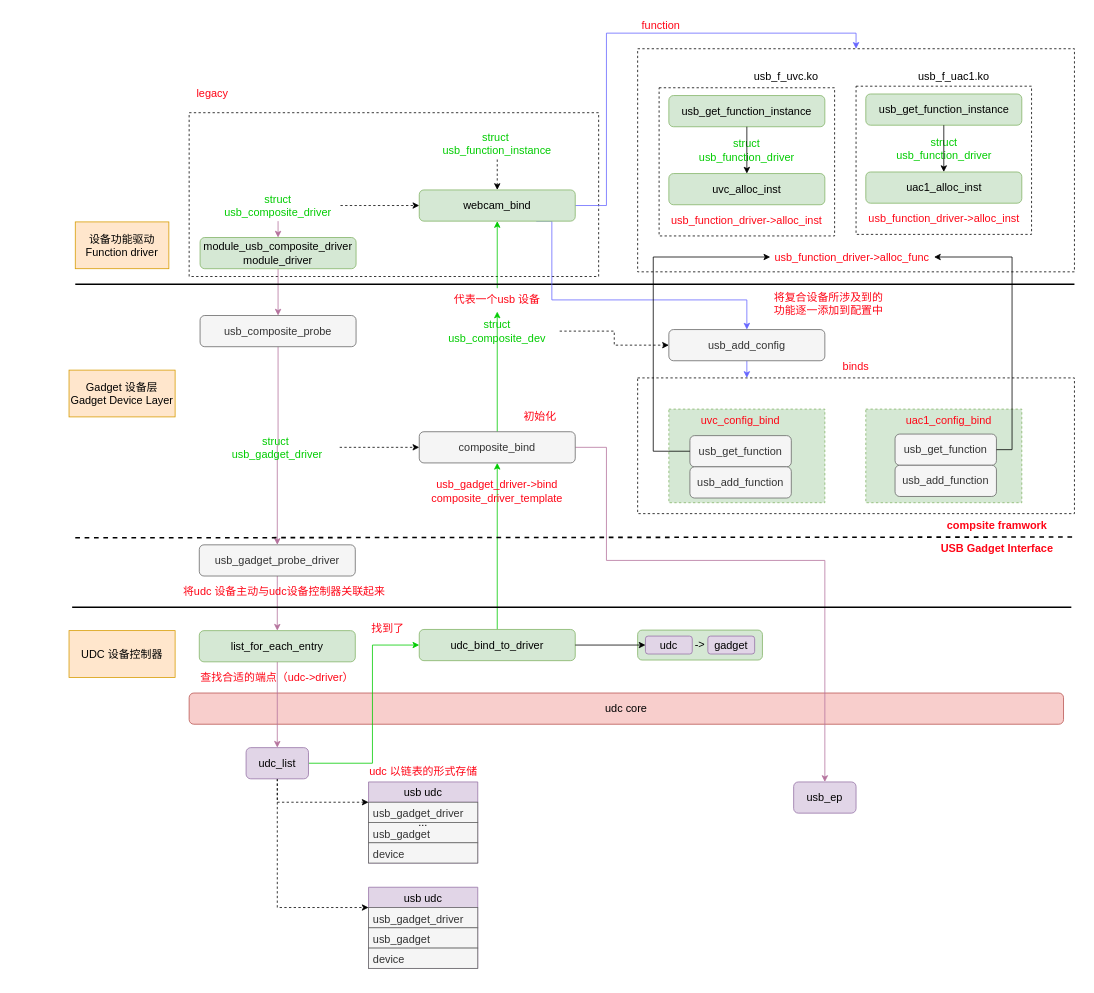
Above: USB gadget 驱动框架2.drawio in Vinson-001/Blog-flow-chart (draw.io), before the change. Source tidied: cells renumbered, new cells numbered last; positions are measured from the earlier drawing's top-left corner, leaving out a move shared by most shapes. Both pictures are drawn from the tidied source at 78%, with x=0, y=0 at pixel (69, 13).
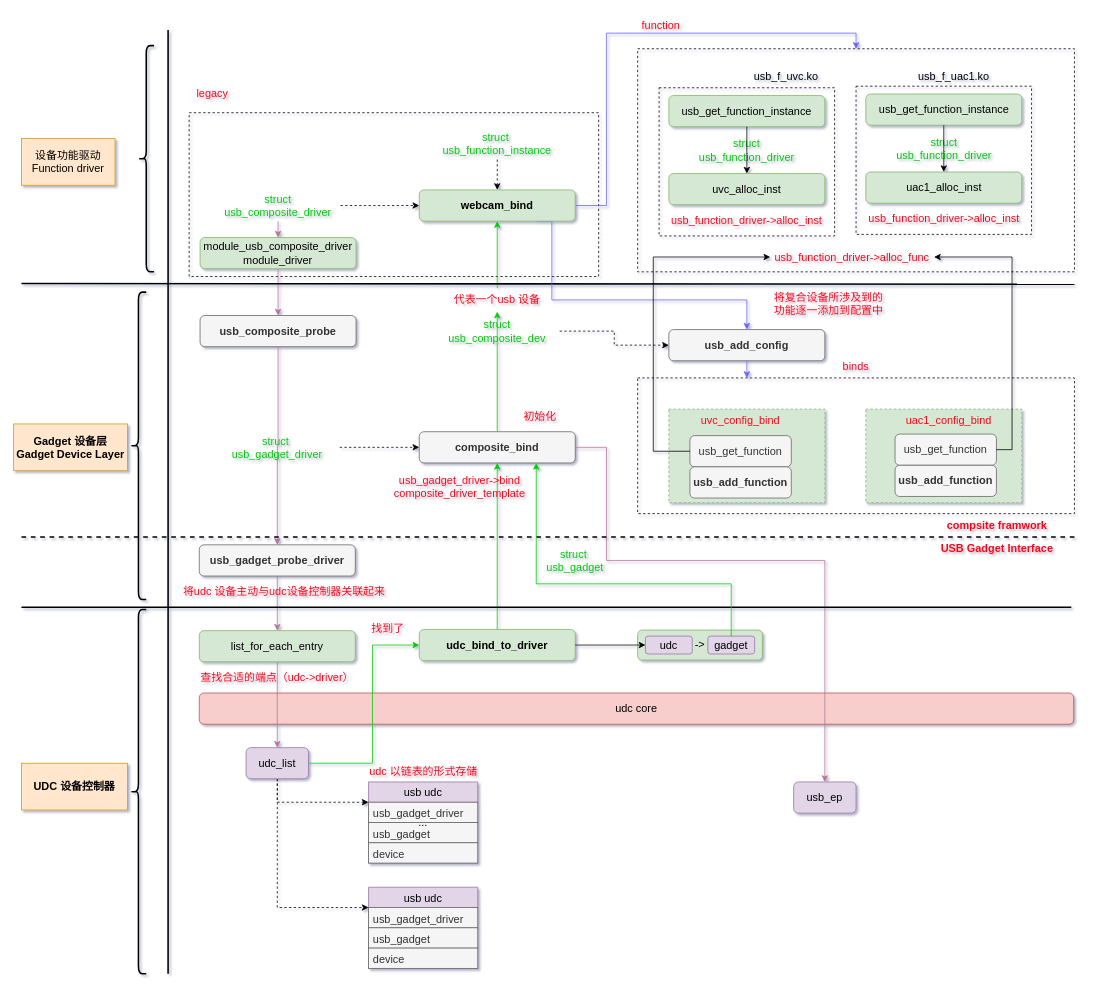
After the change.

Commit message (it also covers changes not shown here):
更新USB gadget 驱动框架2.drawio

The change refers to these unchanged cells:
```xml
<mxCell id="42" value="&lt;font&gt;&lt;span style=&quot;font-size: 14px&quot;&gt;gadget&lt;/span&gt;&lt;br&gt;&lt;/font&gt;" style="rounded=1;whiteSpace=wrap;html=1;fillColor=#e1d5e7;strokeColor=#9673a6;" parent="39" vertex="1">
  <mxGeometry x="80" width="60" height="23" as="geometry" />
</mxCell>
<mxCell id="86" style="group;" parent="84" vertex="1">
  <mxGeometry x="27" y="34" width="130" height="80" as="geometry" />
</mxCell>
<mxCell id="92" style="group;" parent="90" vertex="1">
  <mxGeometry x="37.5" y="32" width="130" height="80" as="geometry" />
</mxCell>
```

What changed in the source:
```diff
@@
-<mxGraphModel>
+<mxGraphModel shadow="1">
@@
     <mxCell id="6" value="&lt;font color=&quot;#ff0516&quot;&gt;usb_gadget_driver-&amp;gt;bind&lt;br&gt;composite_driver_template&lt;br&gt;&lt;/font&gt;" style="text;html=1;strokeColor=none;fillColor=none;align=center;verticalAlign=middle;whiteSpace=wrap;rounded=0;fontSize=14;" parent="1" vertex="1">
-      <mxGeometry x="464" y="597" width="170" height="30" as="geometry" />
+      <mxGeometry x="416" y="591" width="170" height="30" as="geometry" />
     </mxCell>
     <mxCell id="7" value="&lt;font&gt;&lt;span style=&quot;font-size: 14px&quot;&gt;udc core&lt;/span&gt;&lt;br&gt;&lt;/font&gt;" style="rounded=1;whiteSpace=wrap;html=1;fillColor=#f8cecc;strokeColor=#b85450;" parent="1" vertex="1">
-      <mxGeometry x="154" y="871" width="1121" height="40" as="geometry" />
+      <mxGeometry x="167" y="871" width="1121" height="40" as="geometry" />
     </mxCell>
@@
-    <mxCell id="14" value="&lt;font&gt;&lt;span style=&quot;font-size: 14px&quot;&gt;usb_composite_probe&lt;/span&gt;&lt;br&gt;&lt;/font&gt;" style="rounded=1;whiteSpace=wrap;html=1;fillColor=#f5f5f5;strokeColor=#666666;fontColor=#333333;" parent="1" vertex="1">
+    <mxCell id="14" value="&lt;font&gt;&lt;span style=&quot;font-size: 14px&quot;&gt;&lt;b&gt;usb_composite_probe&lt;/b&gt;&lt;/span&gt;&lt;br&gt;&lt;/font&gt;" style="rounded=1;whiteSpace=wrap;html=1;fillColor=#f5f5f5;strokeColor=#666666;fontColor=#333333;" parent="1" vertex="1">
       <mxGeometry x="168" y="387" width="200" height="40" as="geometry" />
     </mxCell>
@@
-    <mxCell id="18" value="&lt;font&gt;&lt;span style=&quot;font-size: 14px&quot;&gt;usb_gadget_probe_driver&lt;/span&gt;&lt;br&gt;&lt;/font&gt;" style="rounded=1;whiteSpace=wrap;html=1;fillColor=#f5f5f5;strokeColor=#666666;fontColor=#333333;" parent="1" vertex="1">
+    <mxCell id="18" value="&lt;font&gt;&lt;span style=&quot;font-size: 14px&quot;&gt;&lt;b&gt;usb_gadget_probe_driver&lt;/b&gt;&lt;/span&gt;&lt;br&gt;&lt;/font&gt;" style="rounded=1;whiteSpace=wrap;html=1;fillColor=#f5f5f5;strokeColor=#666666;fontColor=#333333;" parent="1" vertex="1">
       <mxGeometry x="167" y="681" width="200" height="40" as="geometry" />
     </mxCell>
@@
-    <mxCell id="26" value="&lt;font&gt;&lt;span style=&quot;font-size: 14px&quot;&gt;udc_bind_to_driver&lt;/span&gt;&lt;br&gt;&lt;/font&gt;" style="rounded=1;whiteSpace=wrap;html=1;fillColor=#d5e8d4;strokeColor=#82b366;" parent="1" vertex="1">
+    <mxCell id="26" value="&lt;font&gt;&lt;span style=&quot;font-size: 14px&quot;&gt;&lt;b&gt;udc_bind_to_driver&lt;/b&gt;&lt;/span&gt;&lt;br&gt;&lt;/font&gt;" style="rounded=1;whiteSpace=wrap;html=1;fillColor=#d5e8d4;strokeColor=#82b366;" parent="1" vertex="1">
       <mxGeometry x="449" y="789.5" width="200" height="40" as="geometry" />
     </mxCell>
@@
-    <mxCell id="47" value="&lt;font&gt;&lt;span style=&quot;font-size: 14px&quot;&gt;composite_bind&lt;/span&gt;&lt;br&gt;&lt;/font&gt;" style="rounded=1;whiteSpace=wrap;html=1;fillColor=#f5f5f5;strokeColor=#666666;fontColor=#333333;" parent="1" vertex="1">
+    <mxCell id="47" value="&lt;font&gt;&lt;span style=&quot;font-size: 14px&quot;&gt;&lt;b&gt;composite_bind&lt;/b&gt;&lt;/span&gt;&lt;br&gt;&lt;/font&gt;" style="rounded=1;whiteSpace=wrap;html=1;fillColor=#f5f5f5;strokeColor=#666666;fontColor=#333333;" parent="1" vertex="1">
       <mxGeometry x="449" y="536" width="200" height="40" as="geometry" />
     </mxCell>
@@
     <mxCell id="53" value="设备功能驱动&lt;br&gt;Function driver" style="rounded=0;whiteSpace=wrap;html=1;fontSize=14;fillColor=#ffe6cc;strokeColor=#d79b00;" parent="1" vertex="1">
-      <mxGeometry x="8" y="267" width="120" height="60" as="geometry" />
+      <mxGeometry x="-61" y="160" width="120" height="60" as="geometry" />
     </mxCell>
     <mxCell id="54" style="endArrow=none;html=1;fontSize=14;strokeWidth=2;" parent="1" edge="1">
       <mxGeometry relative="1" as="geometry">
-        <mxPoint x="8" y="347" as="sourcePoint" />
+        <mxPoint x="-61" y="346" as="sourcePoint" />
         <mxPoint x="1289" y="347" as="targetPoint" />
       </mxGeometry>
     </mxCell>
-    <mxCell id="55" value="Gadget 设备层&lt;br&gt;Gadget Device Layer" style="rounded=0;whiteSpace=wrap;html=1;fontSize=14;fillColor=#ffe6cc;strokeColor=#d79b00;" parent="1" vertex="1">
-      <mxGeometry y="457" width="136" height="60" as="geometry" />
+    <mxCell id="55" value="&lt;b&gt;Gadget 设备层&lt;br&gt;Gadget Device Layer&lt;/b&gt;" style="rounded=0;whiteSpace=wrap;html=1;fontSize=14;fillColor=#ffe6cc;strokeColor=#d79b00;" parent="1" vertex="1">
+      <mxGeometry x="-71" y="526" width="146" height="60" as="geometry" />
     </mxCell>
-    <mxCell id="56" value="UDC 设备控制器" style="rounded=0;whiteSpace=wrap;html=1;fontSize=14;fillColor=#ffe6cc;strokeColor=#d79b00;" parent="1" vertex="1">
-      <mxGeometry y="791" width="136" height="60" as="geometry" />
+    <mxCell id="56" value="&lt;b&gt;UDC 设备控制器&lt;/b&gt;" style="rounded=0;whiteSpace=wrap;html=1;fontSize=14;fillColor=#ffe6cc;strokeColor=#d79b00;" parent="1" vertex="1">
+      <mxGeometry x="-61" y="961" width="136" height="60" as="geometry" />
     </mxCell>
@@
-    <mxCell id="59" value="&lt;font&gt;&lt;span style=&quot;font-size: 14px&quot;&gt;webcam_bind&lt;/span&gt;&lt;br&gt;&lt;/font&gt;" style="rounded=1;whiteSpace=wrap;html=1;fillColor=#d5e8d4;strokeColor=#82b366;" parent="1" vertex="1">
+    <mxCell id="59" value="&lt;font&gt;&lt;span style=&quot;font-size: 14px&quot;&gt;&lt;b&gt;webcam_bind&lt;/b&gt;&lt;/span&gt;&lt;br&gt;&lt;/font&gt;" style="rounded=1;whiteSpace=wrap;html=1;fillColor=#d5e8d4;strokeColor=#82b366;" parent="1" vertex="1">
       <mxGeometry x="449" y="226" width="200" height="40" as="geometry" />
     </mxCell>
@@
-    <mxCell id="65" value="&lt;font&gt;&lt;span style=&quot;font-size: 14px&quot;&gt;usb_add_config&lt;/span&gt;&lt;br&gt;&lt;/font&gt;" style="rounded=1;whiteSpace=wrap;html=1;fillColor=#f5f5f5;strokeColor=#666666;fontColor=#333333;" parent="1" vertex="1">
+    <mxCell id="65" value="&lt;font&gt;&lt;span style=&quot;font-size: 14px&quot;&gt;&lt;b&gt;usb_add_config&lt;/b&gt;&lt;/span&gt;&lt;br&gt;&lt;/font&gt;" style="rounded=1;whiteSpace=wrap;html=1;fillColor=#f5f5f5;strokeColor=#666666;fontColor=#333333;" parent="1" vertex="1">
       <mxGeometry x="769" y="405" width="200" height="40" as="geometry" />
     </mxCell>
@@
-    <mxCell id="88" value="&lt;font&gt;&lt;span style=&quot;font-size: 14px&quot;&gt;usb_add_function&lt;/span&gt;&lt;br&gt;&lt;/font&gt;" style="rounded=1;whiteSpace=wrap;html=1;fillColor=#f5f5f5;strokeColor=#666666;fontColor=#333333;" parent="86" vertex="1">
+    <mxCell id="88" value="&lt;font&gt;&lt;span style=&quot;font-size: 14px&quot;&gt;&lt;b&gt;usb_add_function&lt;/b&gt;&lt;/span&gt;&lt;br&gt;&lt;/font&gt;" style="rounded=1;whiteSpace=wrap;html=1;fillColor=#f5f5f5;strokeColor=#666666;fontColor=#333333;" parent="86" vertex="1">
       <mxGeometry y="40" width="130" height="40" as="geometry" />
     </mxCell>
@@
-    <mxCell id="94" value="&lt;font&gt;&lt;span style=&quot;font-size: 14px&quot;&gt;usb_add_function&lt;/span&gt;&lt;br&gt;&lt;/font&gt;" style="rounded=1;whiteSpace=wrap;html=1;fillColor=#f5f5f5;strokeColor=#666666;fontColor=#333333;" parent="92" vertex="1">
+    <mxCell id="94" value="&lt;font&gt;&lt;span style=&quot;font-size: 14px&quot;&gt;&lt;b&gt;usb_add_function&lt;/b&gt;&lt;/span&gt;&lt;br&gt;&lt;/font&gt;" style="rounded=1;whiteSpace=wrap;html=1;fillColor=#f5f5f5;strokeColor=#666666;fontColor=#333333;" parent="92" vertex="1">
       <mxGeometry y="40" width="130" height="40" as="geometry" />
     </mxCell>
@@
     <mxCell id="102" style="endArrow=none;html=1;fontSize=14;strokeWidth=2;" parent="1" edge="1">
       <mxGeometry relative="1" as="geometry">
-        <mxPoint x="4" y="761" as="sourcePoint" />
+        <mxPoint x="-61" y="761" as="sourcePoint" />
         <mxPoint x="1285" y="761" as="targetPoint" />
       </mxGeometry>
     </mxCell>
     <mxCell id="103" style="endArrow=none;html=1;fontSize=14;dashed=1;strokeWidth=2;" parent="1" edge="1">
       <mxGeometry relative="1" as="geometry">
-        <mxPoint x="8" y="672" as="sourcePoint" />
+        <mxPoint x="-61" y="671" as="sourcePoint" />
         <mxPoint x="1289" y="671" as="targetPoint" />
       </mxGeometry>
     </mxCell>
@@
+    <mxCell id="106" style="edgeStyle=orthogonalEdgeStyle;rounded=0;jettySize=auto;html=1;exitX=0.5;exitY=0;exitDx=0;exitDy=0;entryX=0.75;entryY=1;entryDx=0;entryDy=0;fontSize=14;strokeWidth=1;strokeColor=#00CC00;" parent="1" edge="1" source="42" target="47">
+      <mxGeometry relative="1" as="geometry">
+        <Array as="points">
+          <mxPoint x="849" y="731" />
+          <mxPoint x="599" y="731" />
+        </Array>
+      </mxGeometry>
+    </mxCell>
+    <mxCell id="107" value="&lt;font color=&quot;#00cc00&quot;&gt;struct&amp;nbsp;&lt;br&gt;usb_gadget&lt;/font&gt;" style="text;html=1;strokeColor=none;fillColor=none;align=center;verticalAlign=middle;whiteSpace=wrap;rounded=0;fontSize=14;" parent="1" vertex="1">
+      <mxGeometry x="599" y="681" width="100" height="40" as="geometry" />
+    </mxCell>
+    <mxCell id="108" style="endArrow=none;html=1;fontSize=14;strokeWidth=2;" parent="1" edge="1">
+      <mxGeometry relative="1" as="geometry">
+        <mxPoint x="127" y="1231" as="sourcePoint" />
+        <mxPoint x="127" y="21" as="targetPoint" />
+      </mxGeometry>
+    </mxCell>
+    <mxCell id="109" style="shape=curlyBracket;whiteSpace=wrap;html=1;rounded=1;fontSize=14;fillColor=none;strokeWidth=2;" parent="1" vertex="1">
+      <mxGeometry x="89" y="41" width="20" height="290" as="geometry" />
+    </mxCell>
+    <mxCell id="110" style="shape=curlyBracket;whiteSpace=wrap;html=1;rounded=1;fontSize=14;fillColor=none;strokeWidth=2;" parent="1" vertex="1">
+      <mxGeometry x="79" y="357" width="20" height="394" as="geometry" />
+    </mxCell>
+    <mxCell id="111" style="shape=curlyBracket;whiteSpace=wrap;html=1;rounded=1;fontSize=14;fillColor=none;strokeWidth=2;" parent="1" vertex="1">
+      <mxGeometry x="79" y="764" width="20" height="467" as="geometry" />
+    </mxCell>
```
